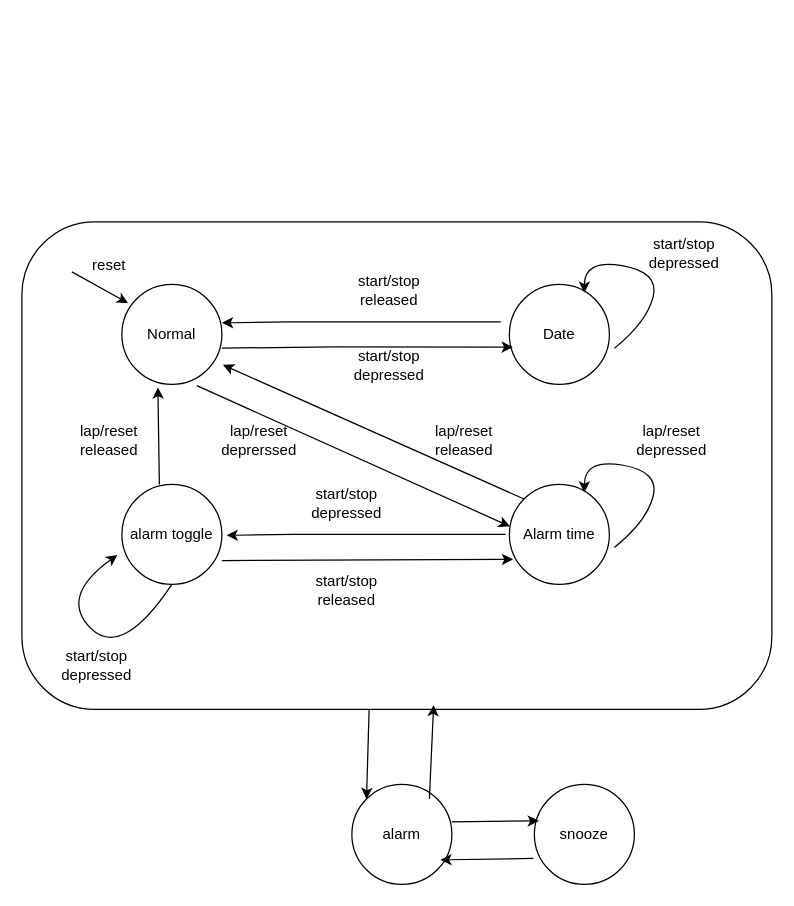
This is page "Clock" (1 of 4) of Stopwatch FSM.drawio from epicfletch/UWE-Stopwatch-3LM, a draw.io file, before an edit. Source tidied: cells renumbered, new cells numbered last; positions are measured from the earlier drawing's top-left corner, leaving out a move shared by most shapes. Both pictures are drawn from the tidied source at 125%, with x=0, y=0 at pixel (21, 221).
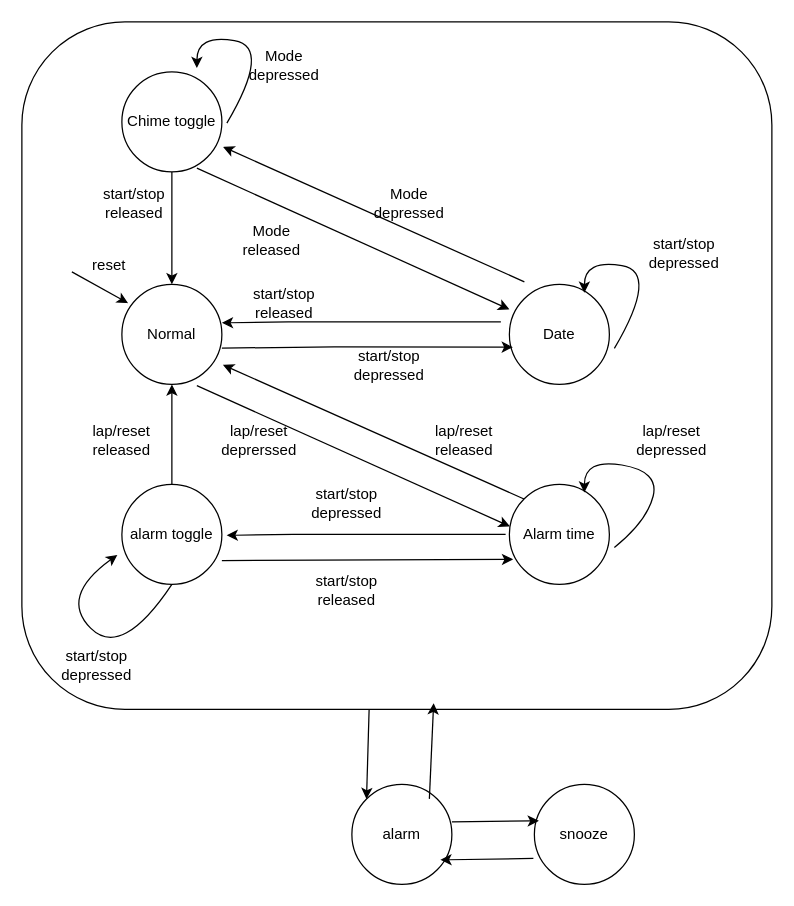
After the change.

Commit message:
Adds Chime toggle

Unchanged cells that the change refers to:
```xml
<mxCell id="3" value="Normal" style="ellipse;whiteSpace=wrap;html=1;" parent="1" vertex="1">
  <mxGeometry x="80" y="50" width="80" height="80" as="geometry" />
</mxCell>
<mxCell id="4" value="Date" style="ellipse;whiteSpace=wrap;html=1;" parent="1" vertex="1">
  <mxGeometry x="390" y="50" width="80" height="80" as="geometry" />
</mxCell>
<mxCell id="5" value="alarm toggle" style="ellipse;whiteSpace=wrap;html=1;" parent="1" vertex="1">
  <mxGeometry x="80" y="210" width="80" height="80" as="geometry" />
</mxCell>
```

Diff of the diagram source:
```diff
@@
     <mxCell id="2" style="rounded=1;whiteSpace=wrap;html=1;" parent="1" vertex="1">
-      <mxGeometry width="600" height="390" as="geometry" />
+      <mxGeometry y="-160" width="600" height="550" as="geometry" />
     </mxCell>
@@
     <mxCell id="11" style="curved=1;endArrow=classic;html=1;rounded=0;exitX=1.05;exitY=0.64;exitDx=0;exitDy=0;exitPerimeter=0;entryX=0.75;entryY=0.085;entryDx=0;entryDy=0;entryPerimeter=0;" parent="1" edge="1" source="4" target="4">
       <mxGeometry relative="1" as="geometry">
         <Array as="points">
-          <mxPoint x="500" y="80" />
           <mxPoint x="510" y="40" />
           <mxPoint x="450" y="30" />
         </Array>
       </mxGeometry>
     </mxCell>
@@
-    <mxCell id="23" style="endArrow=classic;html=1;rounded=0;entryX=0.36;entryY=1.03;entryDx=0;entryDy=0;entryPerimeter=0;" parent="1" edge="1" target="3">
-      <mxGeometry relative="1" as="geometry">
-        <mxPoint x="110" y="210" as="sourcePoint" />
-      </mxGeometry>
+    <mxCell id="23" style="endArrow=classic;html=1;rounded=0;entryX=0.5;entryY=1;entryDx=0;entryDy=0;exitX=0.5;exitY=0;exitDx=0;exitDy=0;" parent="1" edge="1" source="5" target="3">
+      <mxGeometry relative="1" as="geometry" />
     </mxCell>
     <mxCell id="24" value="lap/reset released" style="text;html=1;align=center;verticalAlign=middle;whiteSpace=wrap;rounded=0;" parent="1" vertex="1">
-      <mxGeometry x="40" y="160" width="60" height="30" as="geometry" />
+      <mxGeometry x="50" y="160" width="60" height="30" as="geometry" />
     </mxCell>
@@
-    <mxCell id="28" value="start/stop released" style="text;html=1;align=center;verticalAlign=middle;whiteSpace=wrap;rounded=0;" parent="1" vertex="1">
-      <mxGeometry x="264" y="40" width="60" height="30" as="geometry" />
+    <mxCell id="28" value="Mode released" style="text;html=1;align=center;verticalAlign=middle;whiteSpace=wrap;rounded=0;" parent="1" vertex="1">
+      <mxGeometry x="170" width="60" height="30" as="geometry" />
     </mxCell>
@@
+    <mxCell id="35" value="Chime toggle" style="ellipse;whiteSpace=wrap;html=1;" parent="1" vertex="1">
+      <mxGeometry x="80" y="-120" width="80" height="80" as="geometry" />
+    </mxCell>
+    <mxCell id="36" style="endArrow=classic;html=1;rounded=0;exitX=1;exitY=0.5;exitDx=0;exitDy=0;entryX=0.005;entryY=0.42;entryDx=0;entryDy=0;entryPerimeter=0;" parent="1" edge="1">
+      <mxGeometry relative="1" as="geometry">
+        <mxPoint x="140" y="-43" as="sourcePoint" />
+        <mxPoint x="390" y="70" as="targetPoint" />
+      </mxGeometry>
+    </mxCell>
+    <mxCell id="37" style="endArrow=classic;html=1;rounded=0;exitX=0;exitY=0;exitDx=0;exitDy=0;entryX=1.01;entryY=0.805;entryDx=0;entryDy=0;entryPerimeter=0;" parent="1" edge="1">
+      <mxGeometry relative="1" as="geometry">
+        <mxPoint x="402" y="48" as="sourcePoint" />
+        <mxPoint x="161" y="-60" as="targetPoint" />
+      </mxGeometry>
+    </mxCell>
+    <mxCell id="38" style="endArrow=classic;html=1;rounded=0;exitX=0.5;exitY=1;exitDx=0;exitDy=0;" parent="1" edge="1" source="35">
+      <mxGeometry relative="1" as="geometry">
+        <mxPoint x="120" y="50" as="targetPoint" />
+      </mxGeometry>
+    </mxCell>
+    <mxCell id="39" style="curved=1;endArrow=classic;html=1;rounded=0;exitX=1.05;exitY=0.64;exitDx=0;exitDy=0;exitPerimeter=0;entryX=0.75;entryY=0.085;entryDx=0;entryDy=0;entryPerimeter=0;" parent="1" edge="1">
+      <mxGeometry relative="1" as="geometry">
+        <mxPoint x="164" y="-79" as="sourcePoint" />
+        <mxPoint x="140" y="-123" as="targetPoint" />
+        <Array as="points">
+          <mxPoint x="200" y="-140" />
+          <mxPoint x="140" y="-150" />
+        </Array>
+      </mxGeometry>
+    </mxCell>
+    <mxCell id="40" value="start/stop released" style="text;html=1;align=center;verticalAlign=middle;whiteSpace=wrap;rounded=0;" parent="1" vertex="1">
+      <mxGeometry x="180" y="50" width="60" height="30" as="geometry" />
+    </mxCell>
+    <mxCell id="41" value="Mode depressed" style="text;html=1;align=center;verticalAlign=middle;whiteSpace=wrap;rounded=0;" parent="1" vertex="1">
+      <mxGeometry x="280" y="-30" width="60" height="30" as="geometry" />
+    </mxCell>
+    <mxCell id="42" value="Mode depressed" style="text;html=1;align=center;verticalAlign=middle;whiteSpace=wrap;rounded=0;" parent="1" vertex="1">
+      <mxGeometry x="180" y="-140" width="60" height="30" as="geometry" />
+    </mxCell>
+    <mxCell id="43" value="start/stop released" style="text;html=1;align=center;verticalAlign=middle;whiteSpace=wrap;rounded=0;" parent="1" vertex="1">
+      <mxGeometry x="60" y="-30" width="60" height="30" as="geometry" />
+    </mxCell>
```
